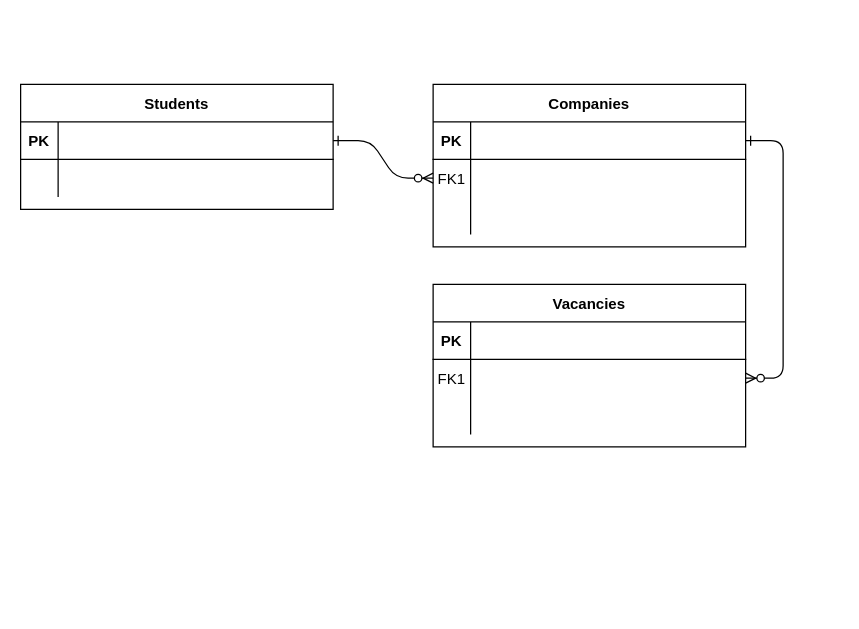
Before: InternFinder Diagram.drawio in ImeshaDilshani/IndernshipFinder-Database-Schema, a draw.io diagram. Source tidied: cells renumbered, new cells numbered last; positions are measured from the earlier drawing's top-left corner, leaving out a move shared by most shapes. Both pictures are drawn from the tidied source at 125%, with x=0, y=0 at pixel (20, 84).
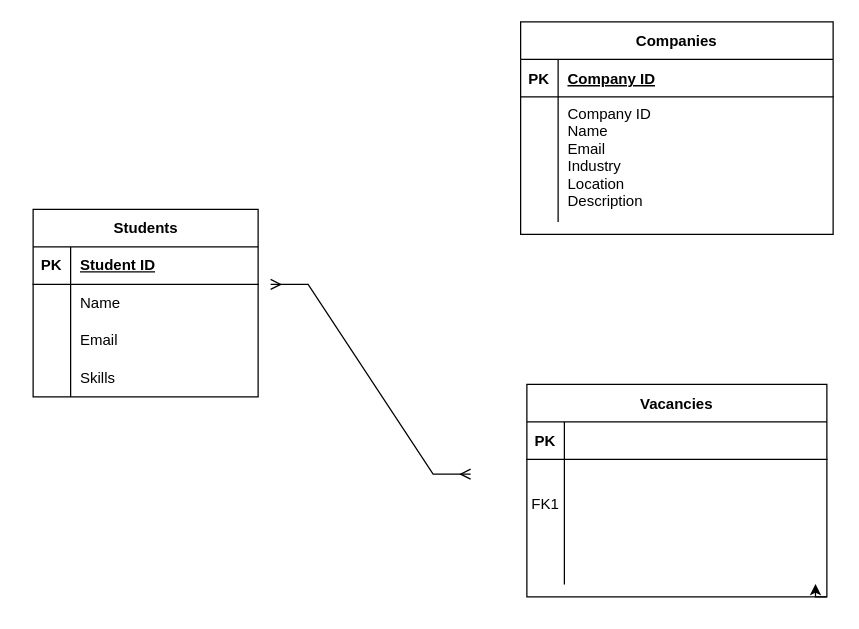
After the change.

The change refers to these unchanged cells:
```xml
<mxCell id="5" style="shape=partialRectangle;fillColor=none;points=[[0,0.5],[1,0.5]];portConstraint=eastwest;top=0;left=0;right=0;bottom=1;" parent="4" vertex="1">
  <mxGeometry y="30" width="250" height="30" as="geometry" />
</mxCell>
```

Diff of the diagram source:
```diff
@@
-    <mxCell id="2" style="edgeStyle=entityRelationEdgeStyle;endArrow=ERzeroToMany;startArrow=ERone;endFill=1;startFill=0;" parent="1" edge="1" source="25" target="8">
-      <mxGeometry relative="1" as="geometry" />
-    </mxCell>
-    <mxCell id="3" style="edgeStyle=entityRelationEdgeStyle;endArrow=ERzeroToMany;startArrow=ERone;endFill=1;startFill=0;" parent="1" edge="1" source="5" target="18">
-      <mxGeometry relative="1" as="geometry" />
-    </mxCell>
     <mxCell id="4" value="Companies" style="shape=table;startSize=30;childLayout=tableLayout;rowLines=0;fontStyle=1;align=center;" parent="1" vertex="1">
-      <mxGeometry x="330" width="250" height="130" as="geometry" />
+      <mxGeometry x="400" y="-50" width="250" height="170" as="geometry" />
     </mxCell>
@@
-    <mxCell id="7" style="shape=partialRectangle;overflow=hidden;fillColor=none;top=0;left=0;bottom=0;right=0;align=left;spacingLeft=6;fontStyle=5;" parent="5" vertex="1">
+    <mxCell id="7" value="Company ID" style="shape=partialRectangle;overflow=hidden;fillColor=none;top=0;left=0;bottom=0;right=0;align=left;spacingLeft=6;fontStyle=5;" parent="5" vertex="1">
       <mxGeometry x="30" width="220" height="30" as="geometry" />
     </mxCell>
-    <mxCell id="8" style="shape=partialRectangle;fillColor=none;points=[[0,0.5],[1,0.5]];portConstraint=eastwest;top=0;left=0;right=0;bottom=0;" parent="4" vertex="1">
-      <mxGeometry y="60" width="250" height="30" as="geometry" />
-    </mxCell>
-    <mxCell id="9" value="FK1" style="shape=partialRectangle;overflow=hidden;fillColor=none;top=0;left=0;bottom=0;right=0;" parent="8" vertex="1">
-      <mxGeometry width="30" height="30" as="geometry" />
-    </mxCell>
-    <mxCell id="10" style="shape=partialRectangle;overflow=hidden;fillColor=none;top=0;left=0;bottom=0;right=0;align=left;spacingLeft=6;" parent="8" vertex="1">
-      <mxGeometry x="30" width="220" height="30" as="geometry" />
-    </mxCell>
     <mxCell id="11" style="shape=partialRectangle;fillColor=none;top=0;left=0;right=0;bottom=0;" parent="4" vertex="1">
-      <mxGeometry y="90" width="250" height="30" as="geometry" />
+      <mxGeometry y="60" width="250" height="100" as="geometry" />
     </mxCell>
     <mxCell id="12" style="shape=partialRectangle;overflow=hidden;fillColor=none;top=0;left=0;bottom=0;right=0;" parent="11" vertex="1">
-      <mxGeometry width="30" height="30" as="geometry" />
+      <mxGeometry width="30" height="100" as="geometry" />
     </mxCell>
-    <mxCell id="13" style="shape=partialRectangle;overflow=hidden;fillColor=none;top=0;left=0;bottom=0;right=0;align=left;spacingLeft=6;" parent="11" vertex="1">
-      <mxGeometry x="30" width="220" height="30" as="geometry" />
+    <mxCell id="13" value="Company ID&#10;Name&#10;Email&#10;Industry&#10;Location&#10;Description" style="shape=partialRectangle;overflow=hidden;fillColor=none;top=0;left=0;bottom=0;right=0;align=left;spacingLeft=6;verticalAlign=top;" parent="11" vertex="1">
+      <mxGeometry x="30" width="220" height="100" as="geometry" />
     </mxCell>
     <mxCell id="14" value="Vacancies" style="shape=table;startSize=30;childLayout=tableLayout;rowLines=0;fontStyle=1;align=center;" parent="1" vertex="1">
-      <mxGeometry x="330" y="160" width="250" height="130" as="geometry" />
+      <mxGeometry x="405" y="240" width="240" height="170" as="geometry" />
     </mxCell>
     <mxCell id="15" style="shape=partialRectangle;fillColor=none;top=0;left=0;right=0;bottom=1;" parent="14" vertex="1">
-      <mxGeometry y="30" width="250" height="30" as="geometry" />
+      <mxGeometry y="30" width="240" height="30" as="geometry" />
     </mxCell>
@@
     <mxCell id="17" style="shape=partialRectangle;overflow=hidden;fillColor=none;top=0;left=0;bottom=0;right=0;align=left;spacingLeft=6;fontStyle=5;" parent="15" vertex="1">
-      <mxGeometry x="30" width="220" height="30" as="geometry" />
+      <mxGeometry x="30" width="210" height="30" as="geometry" />
     </mxCell>
     <mxCell id="18" style="shape=partialRectangle;fillColor=none;points=[[0,0.5],[1,0.5]];portConstraint=eastwest;top=0;left=0;right=0;bottom=0;" parent="14" vertex="1">
-      <mxGeometry y="60" width="250" height="30" as="geometry" />
+      <mxGeometry y="60" width="240" height="70" as="geometry" />
     </mxCell>
     <mxCell id="19" value="FK1" style="shape=partialRectangle;overflow=hidden;fillColor=none;top=0;left=0;bottom=0;right=0;" parent="18" vertex="1">
-      <mxGeometry width="30" height="30" as="geometry" />
+      <mxGeometry width="30" height="70" as="geometry" />
     </mxCell>
     <mxCell id="20" style="shape=partialRectangle;overflow=hidden;fillColor=none;top=0;left=0;bottom=0;right=0;align=left;spacingLeft=6;" parent="18" vertex="1">
-      <mxGeometry x="30" width="220" height="30" as="geometry" />
+      <mxGeometry x="30" width="210" height="70" as="geometry" />
     </mxCell>
     <mxCell id="21" style="shape=partialRectangle;fillColor=none;points=[[0,0.5],[1,0.5]];portConstraint=eastwest;top=0;left=0;right=0;bottom=0;" parent="14" vertex="1">
-      <mxGeometry y="90" width="250" height="30" as="geometry" />
+      <mxGeometry y="130" width="240" height="30" as="geometry" />
     </mxCell>
@@
     <mxCell id="23" style="shape=partialRectangle;overflow=hidden;fillColor=none;top=0;left=0;bottom=0;right=0;align=left;spacingLeft=6;" parent="21" vertex="1">
-      <mxGeometry x="30" width="220" height="30" as="geometry" />
+      <mxGeometry x="30" width="210" height="30" as="geometry" />
     </mxCell>
+    <mxCell id="31" style="edgeStyle=orthogonalEdgeStyle;rounded=0;jettySize=auto;html=1;exitX=1;exitY=1;exitDx=0;exitDy=0;entryX=0.962;entryY=0.987;entryDx=0;entryDy=0;entryPerimeter=0;" parent="14" edge="1" source="14" target="21">
+      <mxGeometry relative="1" as="geometry" />
+    </mxCell>
+    <mxCell id="32" style="edgeStyle=entityRelationEdgeStyle;fontSize=12;html=1;endArrow=ERmany;startArrow=ERmany;rounded=0;entryX=0;entryY=0.24;entryDx=0;entryDy=0;entryPerimeter=0;exitX=1;exitY=0.5;exitDx=0;exitDy=0;" parent="1" edge="1">
+      <mxGeometry relative="1" as="geometry">
+        <mxPoint x="200" y="160" as="sourcePoint" />
+        <mxPoint x="360" y="311.8" as="targetPoint" />
+      </mxGeometry>
+    </mxCell>
-    <mxCell id="24" value="Students" style="shape=table;startSize=30;childLayout=tableLayout;rowLines=0;fontStyle=1;align=center;" parent="1" vertex="1">
-      <mxGeometry width="250" height="100" as="geometry" />
+    <mxCell id="24" value="Students" style="shape=table;startSize=30;childLayout=tableLayout;rowLines=0;fontStyle=1;align=center;html=1;" parent="1" vertex="1">
+      <mxGeometry x="10" y="100" width="180" height="150" as="geometry" />
     </mxCell>
-    <mxCell id="25" style="shape=partialRectangle;fillColor=none;points=[[0,0.5],[1,0.5]];portConstraint=eastwest;top=0;left=0;right=0;bottom=1;" parent="24" vertex="1">
-      <mxGeometry y="30" width="250" height="30" as="geometry" />
-    </mxCell>
+    <mxCell id="33" style="shape=tableRow;horizontal=0;startSize=0;swimlaneHead=0;swimlaneBody=0;fillColor=none;top=0;left=0;right=0;bottom=1;" parent="24" vertex="1">
+      <mxGeometry y="30" width="180" height="30" as="geometry" />
+    </mxCell>
-    <mxCell id="26" value="PK" style="shape=partialRectangle;overflow=hidden;fillColor=none;top=0;left=0;bottom=0;right=0;fontStyle=1;" parent="25" vertex="1">
+    <mxCell id="26" value="PK" style="shape=partialRectangle;fillColor=none;top=0;left=0;bottom=0;right=0;fontStyle=1;overflow=hidden;whiteSpace=wrap;html=1;" parent="33" vertex="1">
       <mxGeometry width="30" height="30" as="geometry" />
     </mxCell>
-    <mxCell id="27" style="shape=partialRectangle;overflow=hidden;fillColor=none;top=0;left=0;bottom=0;right=0;align=left;spacingLeft=6;fontStyle=5;" parent="25" vertex="1">
-      <mxGeometry x="30" width="220" height="30" as="geometry" />
-    </mxCell>
-    <mxCell id="28" style="shape=partialRectangle;fillColor=none;top=0;left=0;right=0;bottom=0;" parent="24" vertex="1">
-      <mxGeometry y="60" width="250" height="30" as="geometry" />
-    </mxCell>
-    <mxCell id="29" style="shape=partialRectangle;overflow=hidden;fillColor=none;top=0;left=0;bottom=0;right=0;" parent="28" vertex="1">
-      <mxGeometry width="30" height="30" as="geometry" />
-    </mxCell>
-    <mxCell id="30" style="shape=partialRectangle;overflow=hidden;fillColor=none;top=0;left=0;bottom=0;right=0;align=left;spacingLeft=6;" parent="28" vertex="1">
-      <mxGeometry x="30" width="220" height="30" as="geometry" />
-    </mxCell>
+    <mxCell id="34" value="Student ID" style="shape=partialRectangle;fillColor=none;top=0;left=0;bottom=0;right=0;align=left;spacingLeft=6;fontStyle=5;overflow=hidden;whiteSpace=wrap;html=1;" parent="33" vertex="1">
+      <mxGeometry x="30" width="150" height="30" as="geometry" />
+    </mxCell>
+    <mxCell id="35" style="shape=tableRow;horizontal=0;startSize=0;swimlaneHead=0;swimlaneBody=0;fillColor=none;top=0;left=0;right=0;bottom=0;" parent="24" vertex="1">
+      <mxGeometry y="60" width="180" height="30" as="geometry" />
+    </mxCell>
+    <mxCell id="36" style="shape=partialRectangle;fillColor=none;top=0;left=0;bottom=0;right=0;overflow=hidden;whiteSpace=wrap;html=1;" parent="35" vertex="1">
+      <mxGeometry width="30" height="30" as="geometry" />
+    </mxCell>
+    <mxCell id="37" value="Name" style="shape=partialRectangle;fillColor=none;top=0;left=0;bottom=0;right=0;align=left;spacingLeft=6;overflow=hidden;whiteSpace=wrap;html=1;" parent="35" vertex="1">
+      <mxGeometry x="30" width="150" height="30" as="geometry" />
+    </mxCell>
+    <mxCell id="38" style="shape=tableRow;horizontal=0;startSize=0;swimlaneHead=0;swimlaneBody=0;fillColor=none;top=0;left=0;right=0;bottom=0;" parent="24" vertex="1">
+      <mxGeometry y="90" width="180" height="30" as="geometry" />
+    </mxCell>
+    <mxCell id="39" style="shape=partialRectangle;fillColor=none;top=0;left=0;bottom=0;right=0;overflow=hidden;whiteSpace=wrap;html=1;" parent="38" vertex="1">
+      <mxGeometry width="30" height="30" as="geometry" />
+    </mxCell>
+    <mxCell id="40" value="Email" style="shape=partialRectangle;fillColor=none;top=0;left=0;bottom=0;right=0;align=left;spacingLeft=6;overflow=hidden;whiteSpace=wrap;html=1;" parent="38" vertex="1">
+      <mxGeometry x="30" width="150" height="30" as="geometry" />
+    </mxCell>
+    <mxCell id="41" style="shape=tableRow;horizontal=0;startSize=0;swimlaneHead=0;swimlaneBody=0;fillColor=none;top=0;left=0;right=0;bottom=0;" parent="24" vertex="1">
+      <mxGeometry y="120" width="180" height="30" as="geometry" />
+    </mxCell>
+    <mxCell id="42" style="shape=partialRectangle;fillColor=none;top=0;left=0;bottom=0;right=0;overflow=hidden;whiteSpace=wrap;html=1;" parent="41" vertex="1">
+      <mxGeometry width="30" height="30" as="geometry" />
+    </mxCell>
+    <mxCell id="43" value="Skills" style="shape=partialRectangle;fillColor=none;top=0;left=0;bottom=0;right=0;align=left;spacingLeft=6;overflow=hidden;whiteSpace=wrap;html=1;" parent="41" vertex="1">
+      <mxGeometry x="30" width="150" height="30" as="geometry" />
+    </mxCell>
```
